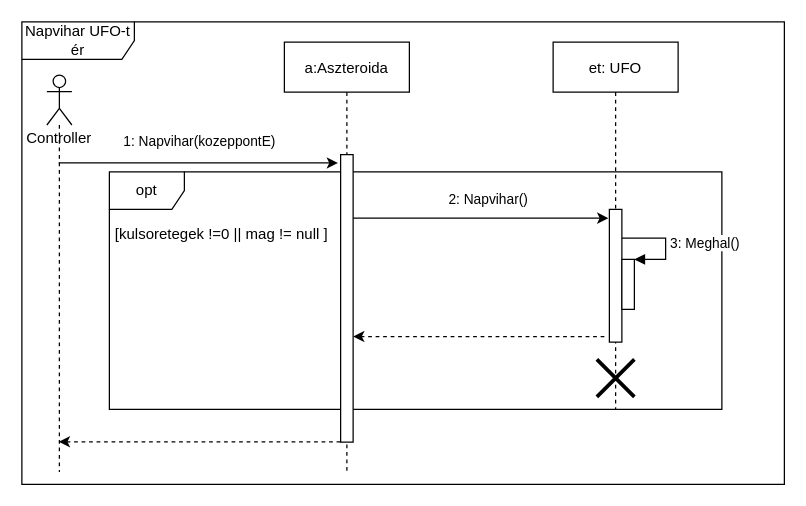
torpeBoiGo/aszteroidabanyaszat keeps this draw.io diagram as doc/szekvencia/7het_szek_NapviharUFO.drawio. Above is the earlier version. Source tidied: cells renumbered, new cells numbered last; positions are measured from the earlier drawing's top-left corner, leaving out a move shared by most shapes. Both pictures are drawn from the tidied source at 125%, with x=0, y=0 at pixel (21, 21).
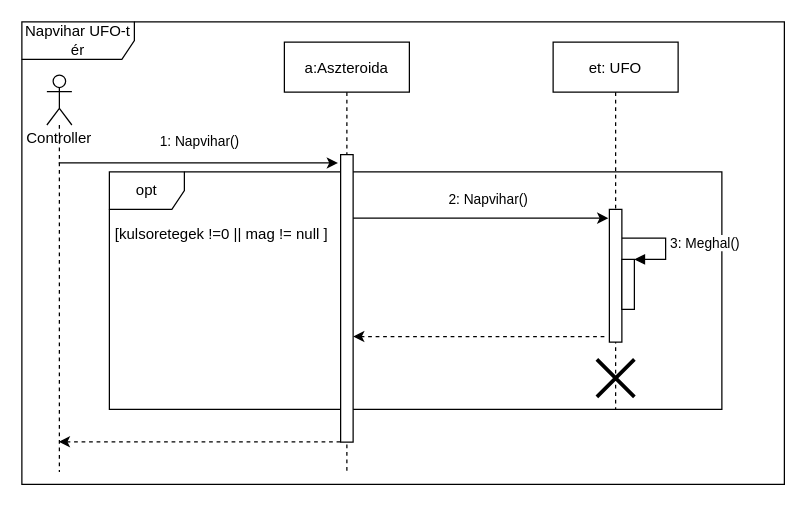
The same diagram, later.

Change to the diagram source:
```diff
@@
 <mxGraphModel>
   <root>
     <mxCell id="0" />
     <mxCell id="1" parent="0" />
     <mxCell id="2" value="Napvihar UFO-t ér" style="shape=umlFrame;whiteSpace=wrap;html=1;width=90;height=30;" parent="1" vertex="1">
       <mxGeometry width="610" height="370" as="geometry" />
     </mxCell>
     <mxCell id="3" value="opt" style="shape=umlFrame;whiteSpace=wrap;html=1;" parent="1" vertex="1">
       <mxGeometry x="70" y="120" width="490" height="190" as="geometry" />
     </mxCell>
-    <mxCell id="4" value="1: Napvihar(kozeppontE)" style="endArrow=classic;html=1;entryX=-0.212;entryY=0.029;entryDx=0;entryDy=0;entryPerimeter=0;" parent="1" edge="1" source="14" target="7">
+    <mxCell id="4" value="1: Napvihar()" style="endArrow=classic;html=1;entryX=-0.212;entryY=0.029;entryDx=0;entryDy=0;entryPerimeter=0;" parent="1" edge="1" source="14" target="7">
       <mxGeometry y="16" relative="1" as="geometry">
         <mxPoint y="-1" as="offset" />
       </mxGeometry>
     </mxCell>
     <mxCell id="5" value="[kulsoretegek !=0 || mag != null ]" style="text;html=1;strokeColor=none;fillColor=none;align=center;verticalAlign=middle;whiteSpace=wrap;rounded=0;" parent="1" vertex="1">
       <mxGeometry x="60" y="160" width="200" height="20" as="geometry" />
     </mxCell>
     <mxCell id="6" value="a:Aszteroida" style="shape=umlLifeline;perimeter=lifelinePerimeter;rounded=0;shadow=0;strokeWidth=1;" parent="1" vertex="1">
       <mxGeometry x="210" y="16.2" width="100" height="343.8" as="geometry" />
     </mxCell>
     <mxCell id="7" style="points=[];perimeter=orthogonalPerimeter;rounded=0;shadow=0;strokeWidth=1;" parent="6" vertex="1">
       <mxGeometry x="45" y="90" width="10" height="230" as="geometry" />
     </mxCell>
     <mxCell id="8" value="et: UFO" style="shape=umlLifeline;perimeter=lifelinePerimeter;rounded=0;shadow=0;strokeWidth=1;" parent="1" vertex="1">
       <mxGeometry x="425" y="16.2" width="100" height="293.8" as="geometry" />
     </mxCell>
     <mxCell id="9" style="points=[];perimeter=orthogonalPerimeter;rounded=0;shadow=0;strokeWidth=1;" parent="8" vertex="1">
       <mxGeometry x="45" y="133.8" width="10" height="106.2" as="geometry" />
     </mxCell>
     <mxCell id="10" style="shape=umlDestroy;whiteSpace=wrap;html=1;strokeWidth=3;" parent="8" vertex="1">
       <mxGeometry x="35" y="253.8" width="30" height="30" as="geometry" />
     </mxCell>
     <mxCell id="11" value="&lt;span style=&quot;color: rgb(0 , 0 , 0) ; font-family: &amp;#34;helvetica&amp;#34; ; font-size: 11px ; font-style: normal ; font-weight: 400 ; letter-spacing: normal ; text-align: center ; text-indent: 0px ; text-transform: none ; word-spacing: 0px ; background-color: rgb(255 , 255 , 255) ; display: inline ; float: none&quot;&gt;2: Napvihar()&lt;/span&gt;" style="endArrow=classic;html=1;entryX=-0.08;entryY=0.066;entryDx=0;entryDy=0;entryPerimeter=0;" parent="1" edge="1" source="7" target="9">
       <mxGeometry x="0.06" y="15" relative="1" as="geometry" />
     </mxCell>
     <mxCell id="12" style="endArrow=classic;html=1;dashed=1;exitX=-0.4;exitY=0.958;exitDx=0;exitDy=0;exitPerimeter=0;" parent="1" edge="1" source="9" target="7">
       <mxGeometry relative="1" as="geometry" />
     </mxCell>
     <mxCell id="13" style="endArrow=classic;html=1;dashed=1;exitX=-0.024;exitY=0.999;exitDx=0;exitDy=0;exitPerimeter=0;" parent="1" edge="1" source="7" target="14">
       <mxGeometry relative="1" as="geometry" />
     </mxCell>
     <mxCell id="14" value="Controller" style="shape=umlLifeline;participant=umlActor;perimeter=lifelinePerimeter;whiteSpace=wrap;html=1;verticalAlign=top;spacingTop=36;outlineConnect=0;" parent="1" vertex="1">
       <mxGeometry x="20" y="42.5" width="20" height="317.5" as="geometry" />
     </mxCell>
     <mxCell id="15" style="html=1;points=[];perimeter=orthogonalPerimeter;" parent="1" vertex="1">
       <mxGeometry x="480" y="190" width="10" height="40" as="geometry" />
     </mxCell>
     <mxCell id="16" value="3: Meghal()" style="edgeStyle=orthogonalEdgeStyle;html=1;align=left;spacingLeft=2;endArrow=block;rounded=0;entryX=1;entryY=0;" parent="1" edge="1" source="9" target="15">
       <mxGeometry relative="1" as="geometry">
         <Array as="points">
           <mxPoint x="515" y="173" />
           <mxPoint x="515" y="190" />
         </Array>
       </mxGeometry>
     </mxCell>
   </root>
 </mxGraphModel>
```
